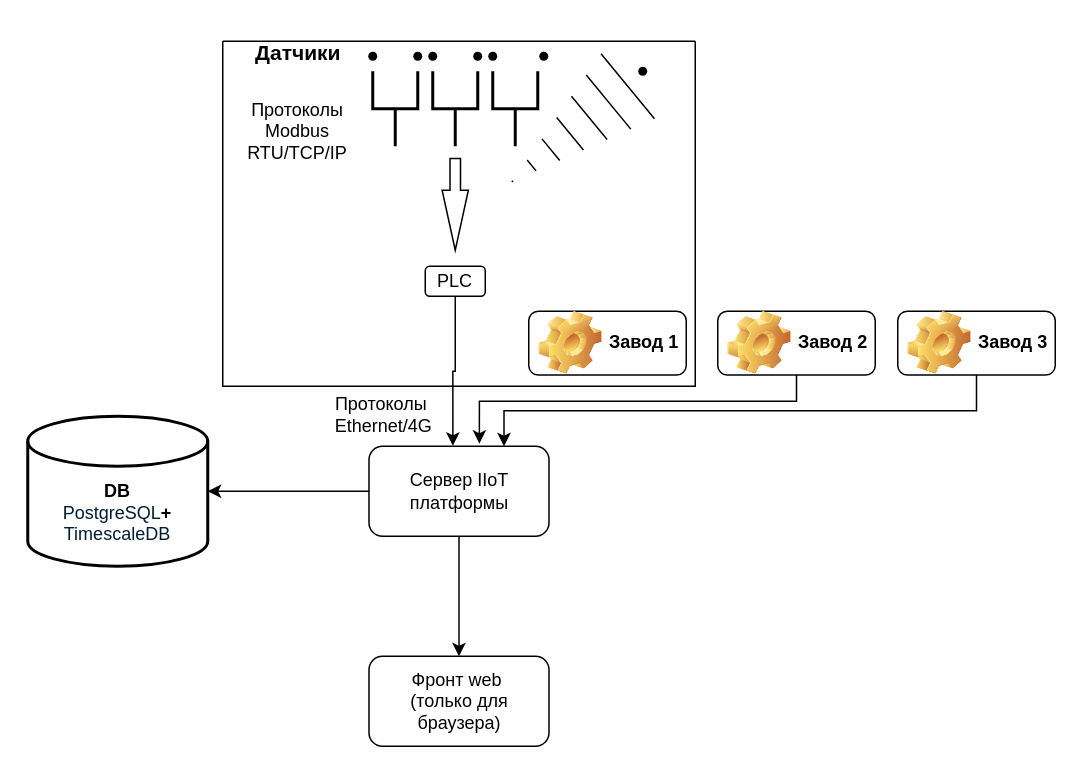
Earlier version of the draw.io diagram Архитектура IIoT платформы -1.0.drawio (Dmitriy110/The-IIoT-Architecture). Source tidied: cells renumbered, new cells numbered last; positions are measured from the earlier drawing's top-left corner, leaving out a move shared by most shapes. Both pictures are drawn from the tidied source at 150%, with x=0, y=0 at pixel (27, 26).
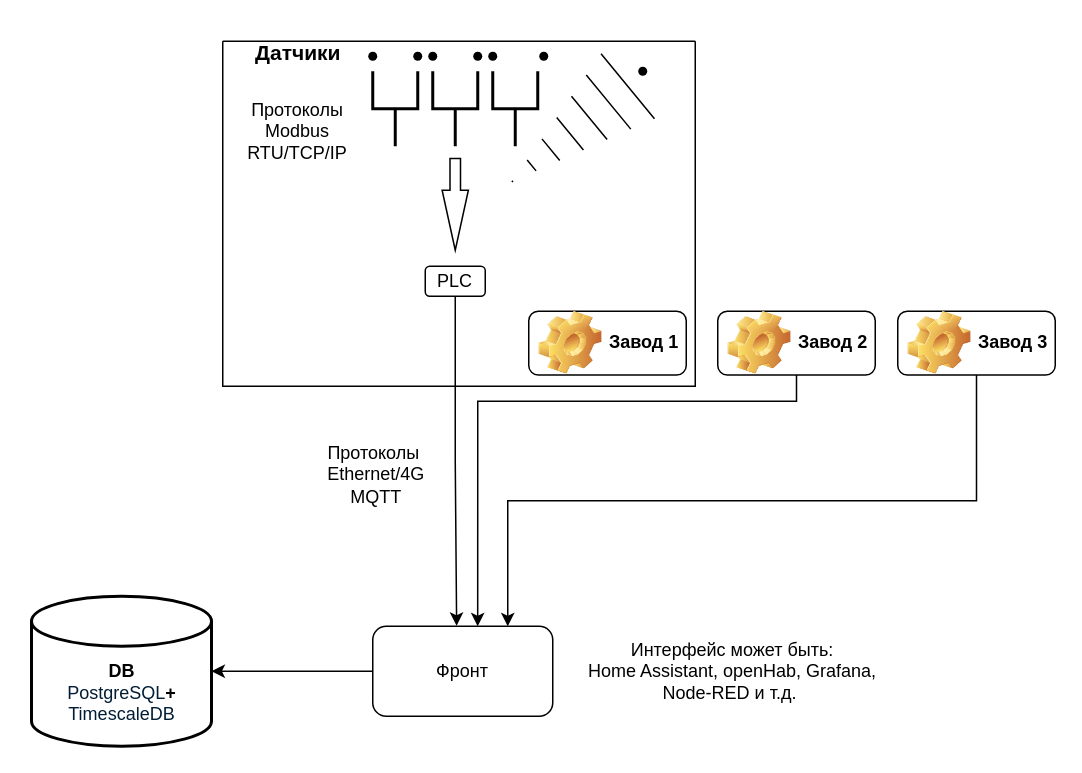
The same diagram, later.

Unchanged cells that the change refers to:
```xml
<mxCell id="21" value="Завод 2" style="label;whiteSpace=wrap;html=1;image=img/clipart/Gear_128x128.png;" parent="1" vertex="1">
  <mxGeometry x="460" y="190" width="105" height="42.5" as="geometry" />
</mxCell>
```

Change to the diagram source:
```diff
@@
     <mxCell id="2" value="&lt;div&gt;&lt;br&gt;&lt;/div&gt;&lt;div&gt;&lt;br&gt;&lt;/div&gt;&lt;div&gt;&lt;br&gt;&lt;/div&gt;DB&lt;br&gt;&lt;div&gt;&lt;span style=&quot;background-color: rgb(255, 255, 255); color: rgb(0, 29, 53); font-family: &amp;quot;Google Sans&amp;quot;, Arial, sans-serif; font-weight: 400; text-align: start;&quot;&gt;&lt;font&gt;PostgreSQL&lt;/font&gt;&lt;/span&gt;+&lt;/div&gt;&lt;div&gt;&lt;span style=&quot;color: rgb(0, 29, 53); font-family: &amp;quot;Google Sans&amp;quot;, Arial, sans-serif; font-weight: 500; text-align: start; background-color: rgb(255, 255, 255);&quot;&gt;&lt;font&gt;TimescaleDB&lt;/font&gt;&lt;/span&gt;&lt;br&gt;&lt;br&gt;&lt;/div&gt;" style="strokeWidth=2;html=1;shape=mxgraph.flowchart.database;whiteSpace=wrap;fontStyle=1;" parent="1" vertex="1">
-      <mxGeometry y="260" width="120" height="100" as="geometry" />
+      <mxGeometry x="2.5" y="380" width="120" height="100" as="geometry" />
     </mxCell>
@@
-    <mxCell id="20" style="edgeStyle=orthogonalEdgeStyle;rounded=0;jettySize=auto;html=1;exitX=0.5;exitY=1;exitDx=0;exitDy=0;entryX=0.613;entryY=-0.029;entryDx=0;entryDy=0;entryPerimeter=0;" parent="1" edge="1" source="21" target="25">
+    <mxCell id="20" style="edgeStyle=orthogonalEdgeStyle;rounded=0;jettySize=auto;html=1;exitX=0.5;exitY=1;exitDx=0;exitDy=0;entryX=0.583;entryY=0;entryDx=0;entryDy=0;entryPerimeter=0;" parent="1" edge="1" source="21" target="25">
       <mxGeometry relative="1" as="geometry">
         <Array as="points">
           <mxPoint x="513" y="250" />
-          <mxPoint x="301" y="250" />
+          <mxPoint x="300" y="250" />
         </Array>
       </mxGeometry>
     </mxCell>
@@
-    <mxCell id="24" style="edgeStyle=orthogonalEdgeStyle;rounded=0;jettySize=auto;html=1;exitX=0.5;exitY=1;exitDx=0;exitDy=0;entryX=0.5;entryY=0;entryDx=0;entryDy=0;" parent="1" edge="1" source="25" target="28">
-      <mxGeometry relative="1" as="geometry" />
-    </mxCell>
-    <mxCell id="25" value="Сервер IIoT платформы" style="rounded=1;whiteSpace=wrap;html=1;" parent="1" vertex="1">
-      <mxGeometry x="227.5" y="280" width="120" height="60" as="geometry" />
+    <mxCell id="25" value="Фронт" style="rounded=1;whiteSpace=wrap;html=1;" parent="1" vertex="1">
+      <mxGeometry x="230" y="400" width="120" height="60" as="geometry" />
     </mxCell>
@@
-    <mxCell id="28" value="Фронт web&amp;nbsp;&lt;br&gt;(только для браузера)" style="rounded=1;whiteSpace=wrap;html=1;" parent="1" vertex="1">
-      <mxGeometry x="227.5" y="420" width="120" height="60" as="geometry" />
-    </mxCell>
-    <mxCell id="29" value="&lt;div&gt;Протоколы&amp;nbsp;&lt;/div&gt;Ethernet/4G" style="text;html=1;align=center;verticalAlign=middle;whiteSpace=wrap;rounded=0;" parent="1" vertex="1">
-      <mxGeometry x="195" y="232.5" width="85" height="52.5" as="geometry" />
+    <mxCell id="29" value="&lt;div&gt;Протоколы&amp;nbsp;&lt;/div&gt;Ethernet/4G&lt;div&gt;MQTT&lt;/div&gt;" style="text;html=1;align=center;verticalAlign=middle;whiteSpace=wrap;rounded=0;" parent="1" vertex="1">
+      <mxGeometry x="190" y="260" width="85" height="77.5" as="geometry" />
     </mxCell>
+    <mxCell id="30" value="Интерфейс может быть:&lt;div&gt;Home Assistant, openHab, Grafana, Node-RED и т.д.&amp;nbsp;&lt;/div&gt;" style="text;html=1;align=center;verticalAlign=middle;whiteSpace=wrap;rounded=0;" parent="1" vertex="1">
+      <mxGeometry x="360" y="391.2" width="220" height="77.5" as="geometry" />
+    </mxCell>
```
